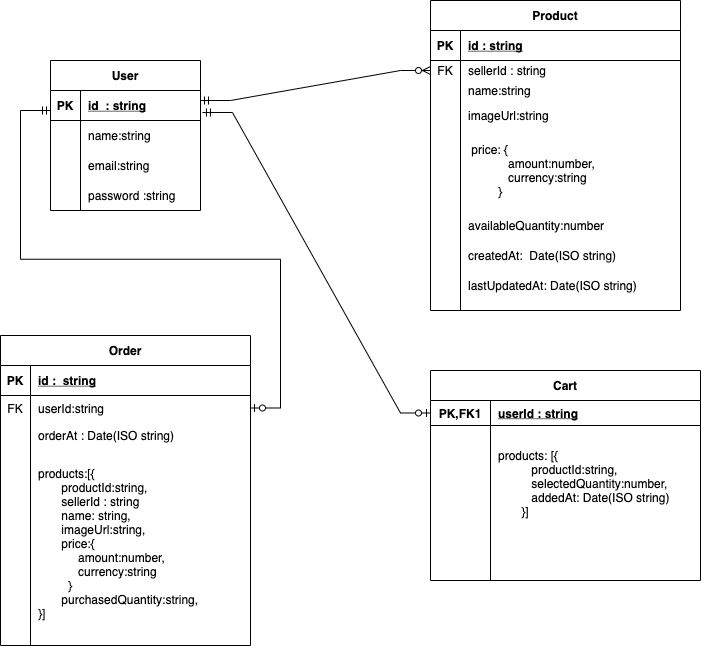
Earlier version of the draw.io export docs/erd.png (rajatgarg9/e-commerce-mern-stack). Source tidied: cells renumbered, new cells last; positions are measured from the earlier drawing's top-left corner, leaving out a move shared by most shapes.
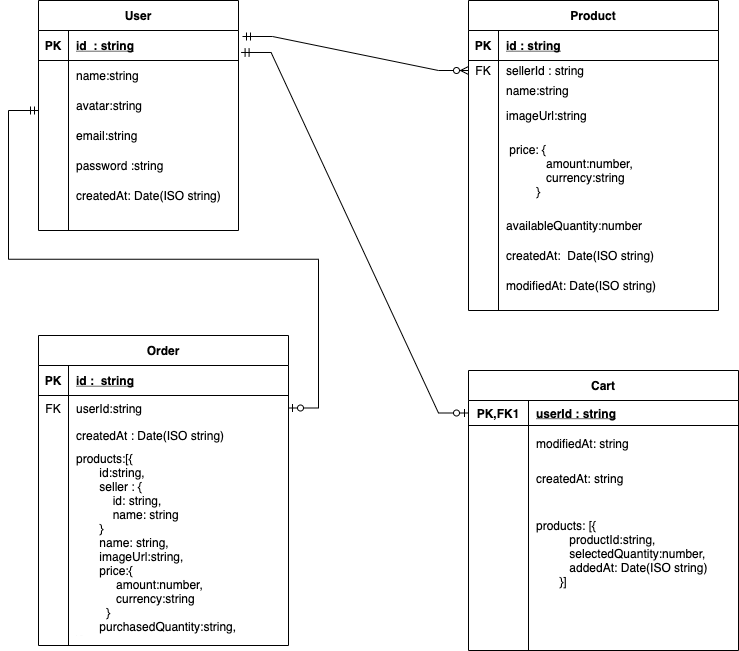
The same diagram one commit later.

What changed in the source:
```diff
@@ -74,50 +74,68 @@
     <mxCell id="25" style="shape=partialRectangle;overflow=hidden;fillColor=none;top=0;left=0;bottom=0;right=0;" parent="24" vertex="1">
       <mxGeometry width="30" height="30" as="geometry" />
     </mxCell>
-    <mxCell id="26" value="lastUpdatedAt: Date(ISO string)" style="shape=partialRectangle;overflow=hidden;fillColor=none;top=0;left=0;bottom=0;right=0;align=left;spacingLeft=6;" parent="24" vertex="1">
+    <mxCell id="26" value="modifiedAt: Date(ISO string)" style="shape=partialRectangle;overflow=hidden;fillColor=none;top=0;left=0;bottom=0;right=0;align=left;spacingLeft=6;" parent="24" vertex="1">
       <mxGeometry x="30" width="220" height="30" as="geometry" />
     </mxCell>
     <mxCell id="27" value="User" style="shape=table;startSize=30;rowLines=0;fontStyle=1;align=center;" parent="1" vertex="1">
-      <mxGeometry x="50" y="60" width="150" height="150" as="geometry" />
+      <mxGeometry width="200" height="230" as="geometry" />
     </mxCell>
     <mxCell id="28" style="shape=partialRectangle;fillColor=none;points=[[0,0.5],[1,0.5]];portConstraint=eastwest;top=0;left=0;right=0;bottom=1;" parent="27" vertex="1">
-      <mxGeometry y="30" width="150" height="30" as="geometry" />
+      <mxGeometry y="30" width="200" height="30" as="geometry" />
     </mxCell>
     <mxCell id="29" value="PK" style="shape=partialRectangle;overflow=hidden;fillColor=none;top=0;left=0;bottom=0;right=0;fontStyle=1;" parent="28" vertex="1">
       <mxGeometry width="30" height="30" as="geometry" />
     </mxCell>
     <mxCell id="30" value="id  : string" style="shape=partialRectangle;overflow=hidden;fillColor=none;top=0;left=0;bottom=0;right=0;align=left;spacingLeft=6;fontStyle=5;" parent="28" vertex="1">
-      <mxGeometry x="30" width="120" height="30" as="geometry" />
+      <mxGeometry x="30" width="170" height="30" as="geometry" />
     </mxCell>
     <mxCell id="31" style="shape=partialRectangle;fillColor=none;top=0;left=0;right=0;bottom=0;" parent="27" vertex="1">
-      <mxGeometry y="60" width="150" height="30" as="geometry" />
+      <mxGeometry y="60" width="200" height="30" as="geometry" />
     </mxCell>
     <mxCell id="32" style="shape=partialRectangle;overflow=hidden;fillColor=none;top=0;left=0;bottom=0;right=0;" parent="31" vertex="1">
       <mxGeometry width="30" height="30" as="geometry" />
     </mxCell>
     <mxCell id="33" value="name:string" style="shape=partialRectangle;overflow=hidden;fillColor=none;top=0;left=0;bottom=0;right=0;align=left;spacingLeft=6;" parent="31" vertex="1">
-      <mxGeometry x="30" width="120" height="30" as="geometry" />
+      <mxGeometry x="30" width="170" height="30" as="geometry" />
     </mxCell>
+    <mxCell id="66" style="shape=partialRectangle;fillColor=none;top=0;left=0;right=0;bottom=0;" parent="27" vertex="1">
+      <mxGeometry y="90" width="200" height="30" as="geometry" />
+    </mxCell>
+    <mxCell id="67" style="shape=partialRectangle;overflow=hidden;fillColor=none;top=0;left=0;bottom=0;right=0;" parent="66" vertex="1">
+      <mxGeometry width="30" height="30" as="geometry" />
+    </mxCell>
+    <mxCell id="68" value="avatar:string" style="shape=partialRectangle;overflow=hidden;fillColor=none;top=0;left=0;bottom=0;right=0;align=left;spacingLeft=6;" parent="66" vertex="1">
+      <mxGeometry x="30" width="170" height="30" as="geometry" />
+    </mxCell>
     <mxCell id="34" style="shape=partialRectangle;fillColor=none;top=0;left=0;right=0;bottom=0;" parent="27" vertex="1">
-      <mxGeometry y="90" width="150" height="30" as="geometry" />
+      <mxGeometry y="120" width="200" height="30" as="geometry" />
     </mxCell>
     <mxCell id="35" style="shape=partialRectangle;overflow=hidden;fillColor=none;top=0;left=0;bottom=0;right=0;" parent="34" vertex="1">
       <mxGeometry width="30" height="30" as="geometry" />
     </mxCell>
     <mxCell id="36" value="email:string" style="shape=partialRectangle;overflow=hidden;fillColor=none;top=0;left=0;bottom=0;right=0;align=left;spacingLeft=6;" parent="34" vertex="1">
-      <mxGeometry x="30" width="120" height="30" as="geometry" />
+      <mxGeometry x="30" width="170" height="30" as="geometry" />
     </mxCell>
     <mxCell id="37" style="shape=partialRectangle;fillColor=none;top=0;left=0;right=0;bottom=0;" parent="27" vertex="1">
-      <mxGeometry y="120" width="150" height="30" as="geometry" />
+      <mxGeometry y="150" width="200" height="30" as="geometry" />
     </mxCell>
     <mxCell id="38" style="shape=partialRectangle;overflow=hidden;fillColor=none;top=0;left=0;bottom=0;right=0;" parent="37" vertex="1">
       <mxGeometry width="30" height="30" as="geometry" />
     </mxCell>
     <mxCell id="39" value="password :string" style="shape=partialRectangle;overflow=hidden;fillColor=none;top=0;left=0;bottom=0;right=0;align=left;spacingLeft=6;" parent="37" vertex="1">
-      <mxGeometry x="30" width="120" height="30" as="geometry" />
+      <mxGeometry x="30" width="170" height="30" as="geometry" />
     </mxCell>
+    <mxCell id="69" style="shape=partialRectangle;fillColor=none;top=0;left=0;right=0;bottom=0;" parent="27" vertex="1">
+      <mxGeometry y="180" width="200" height="30" as="geometry" />
+    </mxCell>
+    <mxCell id="70" style="shape=partialRectangle;overflow=hidden;fillColor=none;top=0;left=0;bottom=0;right=0;" parent="69" vertex="1">
+      <mxGeometry width="30" height="30" as="geometry" />
+    </mxCell>
+    <mxCell id="71" value="createdAt: Date(ISO string)" style="shape=partialRectangle;overflow=hidden;fillColor=none;top=0;left=0;bottom=0;right=0;align=left;spacingLeft=6;" parent="69" vertex="1">
+      <mxGeometry x="30" width="170" height="30" as="geometry" />
+    </mxCell>
     <mxCell id="40" value="Cart" style="shape=table;startSize=30;rowLines=0;fontStyle=1;align=center;" parent="1" vertex="1">
-      <mxGeometry x="430" y="370" width="270" height="210" as="geometry" />
+      <mxGeometry x="430" y="370" width="270" height="280" as="geometry" />
     </mxCell>
     <mxCell id="41" style="shape=partialRectangle;fillColor=none;points=[[0,0.5],[1,0.5]];portConstraint=eastwest;top=0;left=0;right=0;bottom=1;" parent="40" vertex="1">
       <mxGeometry y="30" width="270" height="25" as="geometry" />
@@ -129,16 +147,34 @@
       <mxGeometry x="60" width="210" height="25" as="geometry" />
     </mxCell>
     <mxCell id="44" style="shape=partialRectangle;fillColor=none;top=0;left=0;right=0;bottom=0;" parent="40" vertex="1">
-      <mxGeometry y="55" width="270" height="115" as="geometry" />
+      <mxGeometry y="55" width="270" height="35" as="geometry" />
     </mxCell>
     <mxCell id="45" style="shape=partialRectangle;overflow=hidden;fillColor=none;top=0;left=0;bottom=0;right=0;" parent="44" vertex="1">
-      <mxGeometry width="60" height="115" as="geometry" />
+      <mxGeometry width="60" height="35" as="geometry" />
     </mxCell>
-    <mxCell id="46" value="products: [{&#10;          productId:string,&#10;          selectedQuantity:number,&#10;          addedAt: Date(ISO string)&#10;       }]" style="shape=partialRectangle;overflow=hidden;fillColor=none;top=0;left=0;bottom=0;right=0;align=left;spacingLeft=6;" parent="44" vertex="1">
-      <mxGeometry x="60" width="210" height="115" as="geometry" />
+    <mxCell id="46" value="modifiedAt: string" style="shape=partialRectangle;overflow=hidden;fillColor=none;top=0;left=0;bottom=0;right=0;align=left;spacingLeft=6;" parent="44" vertex="1">
+      <mxGeometry x="60" width="210" height="35" as="geometry" />
     </mxCell>
+    <mxCell id="72" style="shape=partialRectangle;fillColor=none;top=0;left=0;right=0;bottom=0;" parent="40" vertex="1">
+      <mxGeometry y="90" width="270" height="35" as="geometry" />
+    </mxCell>
+    <mxCell id="73" style="shape=partialRectangle;overflow=hidden;fillColor=none;top=0;left=0;bottom=0;right=0;" parent="72" vertex="1">
+      <mxGeometry width="60" height="35" as="geometry" />
+    </mxCell>
+    <mxCell id="74" value="createdAt: string" style="shape=partialRectangle;overflow=hidden;fillColor=none;top=0;left=0;bottom=0;right=0;align=left;spacingLeft=6;" parent="72" vertex="1">
+      <mxGeometry x="60" width="210" height="35" as="geometry" />
+    </mxCell>
+    <mxCell id="75" style="shape=partialRectangle;fillColor=none;top=0;left=0;right=0;bottom=0;" parent="40" vertex="1">
+      <mxGeometry y="125" width="270" height="115" as="geometry" />
+    </mxCell>
+    <mxCell id="76" style="shape=partialRectangle;overflow=hidden;fillColor=none;top=0;left=0;bottom=0;right=0;" parent="75" vertex="1">
+      <mxGeometry width="60" height="115" as="geometry" />
+    </mxCell>
+    <mxCell id="77" value="products: [{&#10;          productId:string,&#10;          selectedQuantity:number,&#10;          addedAt: Date(ISO string)&#10;       }]" style="shape=partialRectangle;overflow=hidden;fillColor=none;top=0;left=0;bottom=0;right=0;align=left;spacingLeft=6;" parent="75" vertex="1">
+      <mxGeometry x="60" width="210" height="115" as="geometry" />
+    </mxCell>
     <mxCell id="47" style="shape=partialRectangle;fillColor=none;top=0;left=0;right=0;bottom=0;" parent="40" vertex="1">
-      <mxGeometry y="170" width="270" height="30" as="geometry" />
+      <mxGeometry y="240" width="270" height="30" as="geometry" />
     </mxCell>
     <mxCell id="48" style="shape=partialRectangle;overflow=hidden;fillColor=none;top=0;left=0;bottom=0;right=0;" parent="47" vertex="1">
       <mxGeometry width="60" height="30" as="geometry" />
@@ -173,7 +209,7 @@
     <mxCell id="58" style="shape=partialRectangle;overflow=hidden;fillColor=none;top=0;left=0;bottom=0;right=0;" parent="57" vertex="1">
       <mxGeometry width="30" height="30" as="geometry" />
     </mxCell>
-    <mxCell id="59" value="orderAt : Date(ISO string)" style="shape=partialRectangle;overflow=hidden;fillColor=none;top=0;left=0;bottom=0;right=0;align=left;spacingLeft=6;" parent="57" vertex="1">
+    <mxCell id="59" value="createdAt : Date(ISO string)" style="shape=partialRectangle;overflow=hidden;fillColor=none;top=0;left=0;bottom=0;right=0;align=left;spacingLeft=6;" parent="57" vertex="1">
       <mxGeometry x="30" width="220" height="30" as="geometry" />
     </mxCell>
     <mxCell id="60" style="shape=partialRectangle;fillColor=none;top=0;left=0;right=0;bottom=0;" parent="50" vertex="1">
@@ -182,20 +218,18 @@
     <mxCell id="61" style="shape=partialRectangle;overflow=hidden;fillColor=none;top=0;left=0;bottom=0;right=0;" parent="60" vertex="1">
       <mxGeometry width="30" height="185" as="geometry" />
     </mxCell>
-    <mxCell id="62" value="products:[{&#10;       productId:string,&#10;       sellerId : string&#10;       name: string,&#10;       imageUrl:string,&#10;       price:{&#10;            amount:number, &#10;            currency:string&#10;         }&#10;       purchasedQuantity:string,&#10;}]" style="shape=partialRectangle;overflow=hidden;fillColor=none;top=0;left=0;bottom=0;right=0;align=left;spacingLeft=6;" parent="60" vertex="1">
+    <mxCell id="62" value="products:[{&#10;       id:string,&#10;       seller : {&#10;           id: string,&#10;           name: string&#10;       }&#10;       name: string,&#10;       imageUrl:string,&#10;       price:{&#10;            amount:number, &#10;            currency:string&#10;         }&#10;       purchasedQuantity:string,&#10;}]" style="shape=partialRectangle;overflow=hidden;fillColor=none;top=0;left=0;bottom=0;right=0;align=left;spacingLeft=6;" parent="60" vertex="1">
       <mxGeometry x="30" width="220" height="185" as="geometry" />
     </mxCell>
     <mxCell id="63" style="edgeStyle=entityRelationEdgeStyle;fontSize=12;html=1;endArrow=ERmandOne;startArrow=ERzeroToOne;rounded=0;exitX=0;exitY=0.5;exitDx=0;exitDy=0;entryX=1.013;entryY=0.733;entryDx=0;entryDy=0;entryPerimeter=0;" parent="1" edge="1" source="41" target="28">
       <mxGeometry relative="1" as="geometry" />
     </mxCell>
-    <mxCell id="64" style="edgeStyle=entityRelationEdgeStyle;fontSize=12;html=1;endArrow=ERzeroToMany;startArrow=ERmandOne;rounded=0;entryX=0;entryY=0.5;entryDx=0;entryDy=0;" parent="1" edge="1" target="6">
-      <mxGeometry relative="1" as="geometry">
-        <mxPoint x="200" y="100" as="sourcePoint" />
-      </mxGeometry>
+    <mxCell id="64" style="edgeStyle=entityRelationEdgeStyle;fontSize=12;html=1;endArrow=ERzeroToMany;startArrow=ERmandOne;rounded=0;entryX=0;entryY=0.5;entryDx=0;entryDy=0;exitX=1.02;exitY=0.2;exitDx=0;exitDy=0;exitPerimeter=0;" parent="1" edge="1" source="28" target="6">
+      <mxGeometry relative="1" as="geometry" />
     </mxCell>
     <mxCell id="65" style="edgeStyle=entityRelationEdgeStyle;fontSize=12;html=1;endArrow=ERmandOne;startArrow=ERzeroToOne;rounded=0;exitX=1;exitY=0.5;exitDx=0;exitDy=0;" parent="1" edge="1" source="54">
       <mxGeometry relative="1" as="geometry">
-        <mxPoint x="50" y="110" as="targetPoint" />
+        <mxPoint y="110" as="targetPoint" />
       </mxGeometry>
     </mxCell>
   </root>
```
